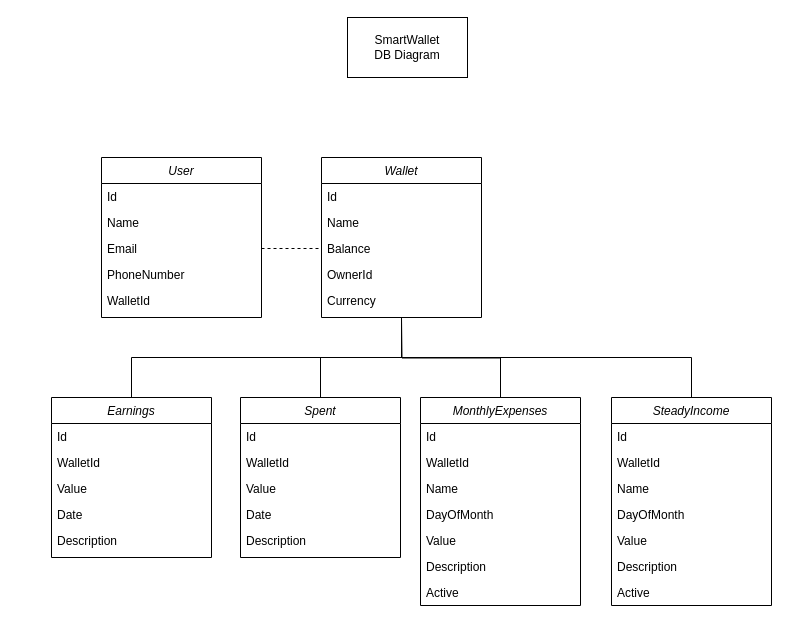
Before: SmartWallet Diagram.drawio in ericksilverio10/SmartWalletAPI, a draw.io diagram. Source tidied: cells renumbered, new cells numbered last; positions are measured from the earlier drawing's top-left corner, leaving out a move shared by most shapes. Both pictures are drawn from the tidied source at 100%, with x=0, y=0 at pixel (51, 17).
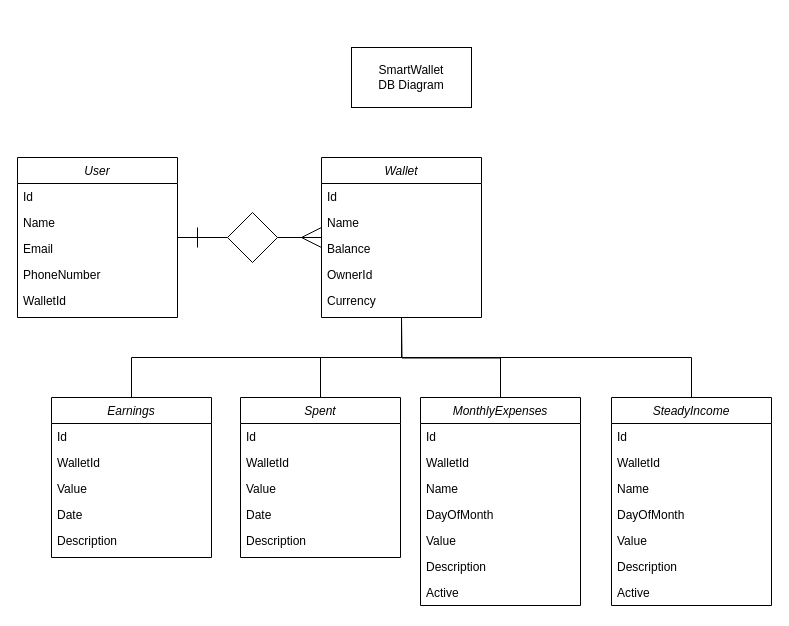
Above is the later version.

Unchanged cells that the change refers to:
```xml
<mxCell id="5" value="Email" style="text;align=left;verticalAlign=top;spacingLeft=4;spacingRight=4;overflow=hidden;points=[[0,0.5],[1,0.5]];portConstraint=eastwest;rounded=0;shadow=0;html=0;" parent="2" vertex="1">
  <mxGeometry y="78" width="160" height="26" as="geometry" />
</mxCell>
<mxCell id="12" value="Balance" style="text;align=left;verticalAlign=top;spacingLeft=4;spacingRight=4;overflow=hidden;points=[[0,0.5],[1,0.5]];portConstraint=eastwest;rounded=0;shadow=0;html=0;" parent="9" vertex="1">
  <mxGeometry y="78" width="160" height="26" as="geometry" />
</mxCell>
```

What changed in the source:
```diff
@@
+    <mxCell id="48" style="edgeStyle=orthogonalEdgeStyle;rounded=0;jettySize=auto;html=1;exitX=1;exitY=0.5;exitDx=0;exitDy=0;entryX=0;entryY=0.5;entryDx=0;entryDy=0;endArrow=none;endFill=0;" parent="1" edge="1" source="2" target="50">
+      <mxGeometry relative="1" as="geometry" />
+    </mxCell>
     <mxCell id="2" value="User" style="swimlane;fontStyle=2;align=center;verticalAlign=top;horizontal=1;startSize=26;rounded=0;shadow=0;strokeWidth=1;" parent="1" vertex="1">
-      <mxGeometry x="50" y="140" width="160" height="160" as="geometry" />
+      <mxGeometry x="-34" y="140" width="160" height="160" as="geometry" />
     </mxCell>
@@
     <mxCell id="8" value="SmartWallet&lt;br&gt;DB Diagram" style="rounded=0;whiteSpace=wrap;html=1;" parent="1" vertex="1">
-      <mxGeometry x="296" width="120" height="60" as="geometry" />
+      <mxGeometry x="300" y="30" width="120" height="60" as="geometry" />
     </mxCell>
@@
-    <mxCell id="47" style="edgeStyle=orthogonalEdgeStyle;rounded=0;jettySize=auto;html=1;exitX=1;exitY=0.5;exitDx=0;exitDy=0;entryX=0;entryY=0.5;entryDx=0;entryDy=0;endArrow=none;endFill=0;dashed=1;" parent="1" edge="1" source="5" target="12">
-      <mxGeometry relative="1" as="geometry" />
-    </mxCell>
+    <mxCell id="49" style="edgeStyle=orthogonalEdgeStyle;rounded=0;jettySize=auto;html=1;exitX=1;exitY=0.5;exitDx=0;exitDy=0;entryX=-0.002;entryY=0.077;entryDx=0;entryDy=0;entryPerimeter=0;endArrow=none;endFill=0;" parent="1" edge="1" source="50" target="12">
+      <mxGeometry relative="1" as="geometry" />
+    </mxCell>
+    <mxCell id="50" style="rhombus;whiteSpace=wrap;html=1;" parent="1" vertex="1">
+      <mxGeometry x="176" y="195" width="50" height="50" as="geometry" />
+    </mxCell>
+    <mxCell id="51" style="endArrow=none;html=1;rounded=0;" parent="1" edge="1">
+      <mxGeometry relative="1" as="geometry">
+        <mxPoint x="146" y="230" as="sourcePoint" />
+        <mxPoint x="146" y="210" as="targetPoint" />
+      </mxGeometry>
+    </mxCell>
+    <mxCell id="52" style="endArrow=none;html=1;rounded=0;" parent="1" edge="1">
+      <mxGeometry relative="1" as="geometry">
+        <mxPoint x="270" y="230" as="sourcePoint" />
+        <mxPoint x="270" y="210" as="targetPoint" />
+        <Array as="points">
+          <mxPoint x="250" y="220" />
+        </Array>
+      </mxGeometry>
+    </mxCell>
```
